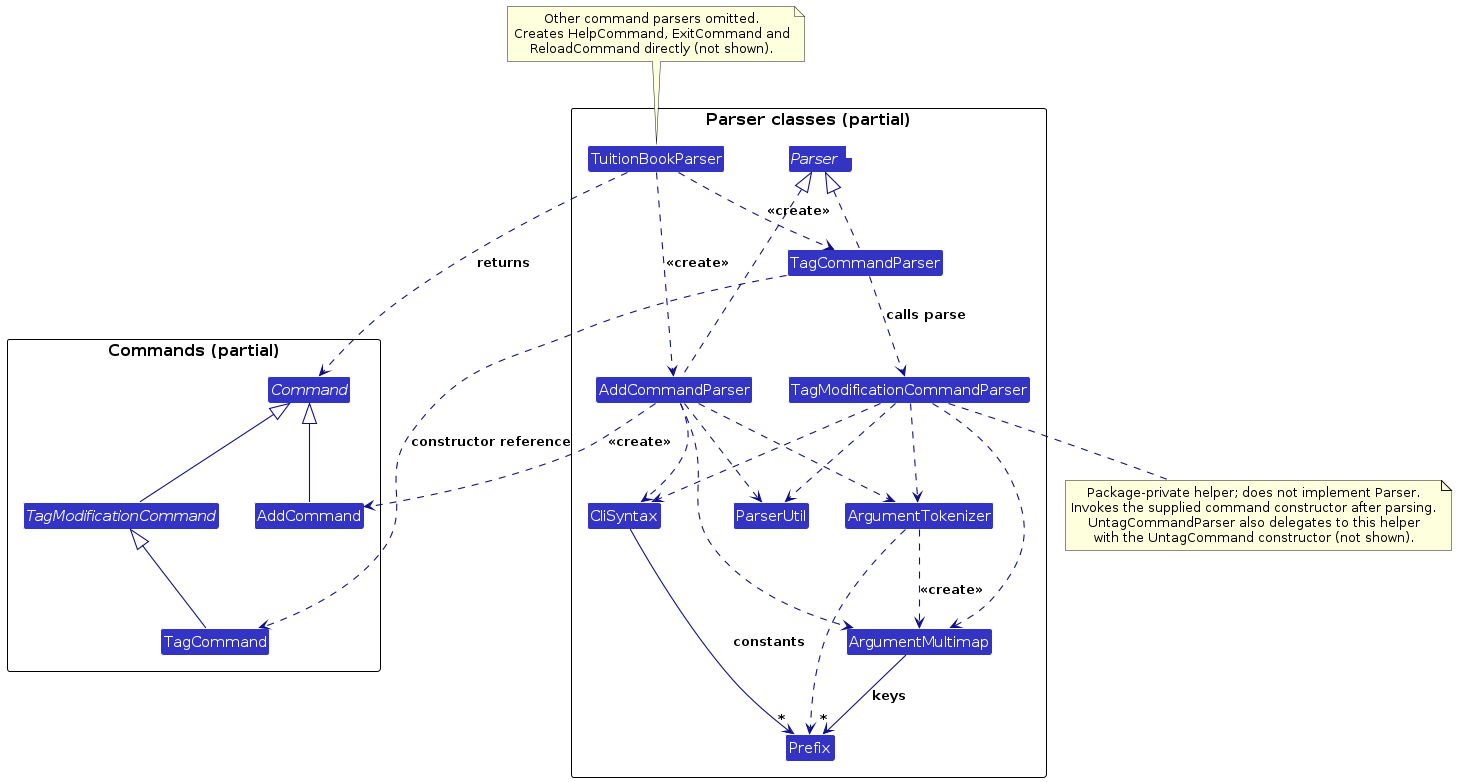
Above: diagrams/ParserClasses.png in AY2627S1-CS2103T-T16-2/tp (PlantUML), before the change. Its source is kept beside it as diagrams/ParserClasses.puml.
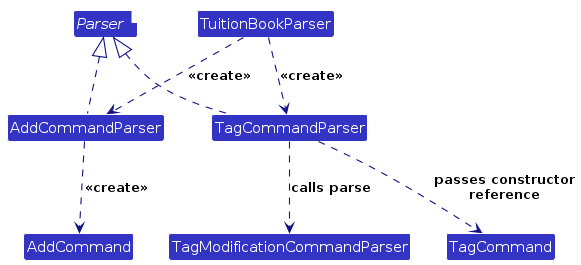
Above is the later version.

The edit, as a diff of the source:
```diff
@@ -4,65 +4,23 @@
 skinparam arrowColor LOGIC_COLOR_T4
 skinparam classBackgroundColor LOGIC_COLOR
 
-package "Commands (partial)" {
-abstract class Command
 class AddCommand
-abstract class TagModificationCommand
 class TagCommand
-}
 
-package "Parser classes (partial)" {
 interface "Parser<T>" as Parser
 class TuitionBookParser
 class AddCommandParser
 class TagCommandParser
 class TagModificationCommandParser
-class CliSyntax
-class ParserUtil
-class ArgumentMultimap
-class ArgumentTokenizer
-class Prefix
-}
 
 TuitionBookParser .down.> AddCommandParser : <<create>>
 TuitionBookParser .down.> TagCommandParser : <<create>>
-TuitionBookParser ..> Command : returns
 
 AddCommandParser .up.|> Parser
 TagCommandParser .up.|> Parser
 
-AddCommandParser ..> AddCommand : <<create>>
-TagCommandParser ..> TagCommand : constructor reference
-AddCommand -up-|> Command
-TagModificationCommand -up-|> Command
-TagCommand -up-|> TagModificationCommand
+AddCommandParser .down.> AddCommand : <<create>>
+TagCommandParser .down.> TagCommand : passes constructor\nreference
 
-TagCommandParser ..> TagModificationCommandParser : calls parse
-
-AddCommandParser ..> ArgumentMultimap
-AddCommandParser ..> ArgumentTokenizer
-AddCommandParser ..> CliSyntax
-AddCommandParser ..> ParserUtil
-TagModificationCommandParser ..> ArgumentMultimap
-TagModificationCommandParser ..> ArgumentTokenizer
-TagModificationCommandParser ..> CliSyntax
-TagModificationCommandParser ..> ParserUtil
-
-ArgumentTokenizer ..> ArgumentMultimap : <<create>>
-ArgumentTokenizer ..> Prefix
-ArgumentMultimap --> "*" Prefix : keys
-CliSyntax --> "*" Prefix : constants
-
-note bottom of TagModificationCommandParser
-  Package-private helper; does not implement Parser.
-  Invokes the supplied command constructor after parsing.
-  UntagCommandParser also delegates to this helper
-  with the UntagCommand constructor (not shown).
-end note
-
-note top of TuitionBookParser
-  Other command parsers omitted.
-  Creates HelpCommand, ExitCommand and
-  ReloadCommand directly (not shown).
-end note
+TagCommandParser .down.> TagModificationCommandParser : calls parse
 @enduml
```
